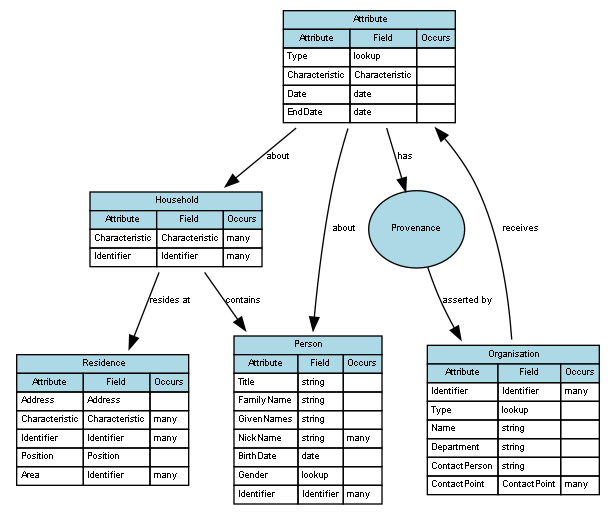
Before: graph_output/use_cases/Send Attribute Data to the Lead Organisation.gv.png, a diagram exported from Graphviz (PaulDav/ModelVisual). Its source is kept beside it as graph_output/use_cases/Send Attribute Data to the Lead Organisation.gv. Its diagram source:
```dot
digraph {
	graph [overlap=false splines=true]
	node [black=black color=black fillcolor=lightblue fontname=Arial fontsize=7]
	edge [fontname=Arial fontsize=7 labelfontname=Arial labelfontsize=7 len=3.0]
	Attribute [label=<<table border='0' cellborder='1' cellspacing='0'><tr><td colspan='3' bgcolor='lightblue'> Attribute</td></tr><tr><td bgcolor='lightblue'>Attribute</td><td bgcolor='lightblue'>Field</td><td bgcolor='lightblue'>Occurs</td></tr><tr><td align='left' balign='left' valign='top'>Type</td><td align='left' balign='left' valign='top'>lookup</td><td align='left' balign='left' valign='top'></td></tr><tr><td align='left' balign='left' valign='top'>Characteristic</td><td align='left' balign='left' valign='top'>Characteristic</td><td align='left' balign='left' valign='top'></td></tr><tr><td align='left' balign='left' valign='top'>Date</td><td align='left' balign='left' valign='top'>date</td><td align='left' balign='left' valign='top'></td></tr><tr><td align='left' balign='left' valign='top'>EndDate</td><td align='left' balign='left' valign='top'>date</td><td align='left' balign='left' valign='top'></td></tr></table>> URL="#Attribute" shape=plaintext]
	Household [label=<<table border='0' cellborder='1' cellspacing='0'><tr><td colspan='3' bgcolor='lightblue'> Household</td></tr><tr><td bgcolor='lightblue'>Attribute</td><td bgcolor='lightblue'>Field</td><td bgcolor='lightblue'>Occurs</td></tr><tr><td align='left' balign='left' valign='top'>Characteristic</td><td align='left' balign='left' valign='top'>Characteristic</td><td align='left' balign='left' valign='top'>many</td></tr><tr><td align='left' balign='left' valign='top'>Identifier</td><td align='left' balign='left' valign='top'>Identifier</td><td align='left' balign='left' valign='top'>many</td></tr></table>> URL="#Household" shape=plaintext]
	Organisation [label=<<table border='0' cellborder='1' cellspacing='0'><tr><td colspan='3' bgcolor='lightblue'> Organisation</td></tr><tr><td bgcolor='lightblue'>Attribute</td><td bgcolor='lightblue'>Field</td><td bgcolor='lightblue'>Occurs</td></tr><tr><td align='left' balign='left' valign='top'>Identifier</td><td align='left' balign='left' valign='top'>Identifier</td><td align='left' balign='left' valign='top'>many</td></tr><tr><td align='left' balign='left' valign='top'>Type</td><td align='left' balign='left' valign='top'>lookup</td><td align='left' balign='left' valign='top'></td></tr><tr><td align='left' balign='left' valign='top'>Name</td><td align='left' balign='left' valign='top'>string</td><td align='left' balign='left' valign='top'></td></tr><tr><td align='left' balign='left' valign='top'>Department</td><td align='left' balign='left' valign='top'>string</td><td align='left' balign='left' valign='top'></td></tr><tr><td align='left' balign='left' valign='top'>ContactPerson</td><td align='left' balign='left' valign='top'>string</td><td align='left' balign='left' valign='top'></td></tr><tr><td align='left' balign='left' valign='top'>ContactPoint</td><td align='left' balign='left' valign='top'>ContactPoint</td><td align='left' balign='left' valign='top'>many</td></tr></table>> URL="#Organisation" shape=plaintext]
	Person [label=<<table border='0' cellborder='1' cellspacing='0'><tr><td colspan='3' bgcolor='lightblue'> Person</td></tr><tr><td bgcolor='lightblue'>Attribute</td><td bgcolor='lightblue'>Field</td><td bgcolor='lightblue'>Occurs</td></tr><tr><td align='left' balign='left' valign='top'>Title</td><td align='left' balign='left' valign='top'>string</td><td align='left' balign='left' valign='top'></td></tr><tr><td align='left' balign='left' valign='top'>FamilyName</td><td align='left' balign='left' valign='top'>string</td><td align='left' balign='left' valign='top'></td></tr><tr><td align='left' balign='left' valign='top'>GivenNames</td><td align='left' balign='left' valign='top'>string</td><td align='left' balign='left' valign='top'></td></tr><tr><td align='left' balign='left' valign='top'>NickName</td><td align='left' balign='left' valign='top'>string</td><td align='left' balign='left' valign='top'>many</td></tr><tr><td align='left' balign='left' valign='top'>BirthDate</td><td align='left' balign='left' valign='top'>date</td><td align='left' balign='left' valign='top'></td></tr><tr><td align='left' balign='left' valign='top'>Gender</td><td align='left' balign='left' valign='top'>lookup</td><td align='left' balign='left' valign='top'></td></tr><tr><td align='left' balign='left' valign='top'>Identifier</td><td align='left' balign='left' valign='top'>Identifier</td><td align='left' balign='left' valign='top'>many</td></tr></table>> URL="#Person" shape=plaintext]
	Residence [label=<<table border='0' cellborder='1' cellspacing='0'><tr><td colspan='3' bgcolor='lightblue'> Residence</td></tr><tr><td bgcolor='lightblue'>Attribute</td><td bgcolor='lightblue'>Field</td><td bgcolor='lightblue'>Occurs</td></tr><tr><td align='left' balign='left' valign='top'>Address</td><td align='left' balign='left' valign='top'>Address</td><td align='left' balign='left' valign='top'></td></tr><tr><td align='left' balign='left' valign='top'>Characteristic</td><td align='left' balign='left' valign='top'>Characteristic</td><td align='left' balign='left' valign='top'>many</td></tr><tr><td align='left' balign='left' valign='top'>Identifier</td><td align='left' balign='left' valign='top'>Identifier</td><td align='left' balign='left' valign='top'>many</td></tr><tr><td align='left' balign='left' valign='top'>Position</td><td align='left' balign='left' valign='top'>Position</td><td align='left' balign='left' valign='top'></td></tr><tr><td align='left' balign='left' valign='top'>Area</td><td align='left' balign='left' valign='top'>Identifier</td><td align='left' balign='left' valign='top'>many</td></tr></table>> URL="#Residence" shape=plaintext]
	Attribute -> Person [label=about]
	Attribute -> Household [label=about]
	nodeProvenance [label=Provenance URL="#Provenance" fixedsize=true height=0.8 style=filled width=1.0]
	Attribute -> nodeProvenance [label=has]
	nodeProvenance -> Organisation [label="asserted by"]
	Household -> Residence [label="resides at"]
	Household -> Person [label=contains]
	Organisation -> Attribute [label=receives]
}
```
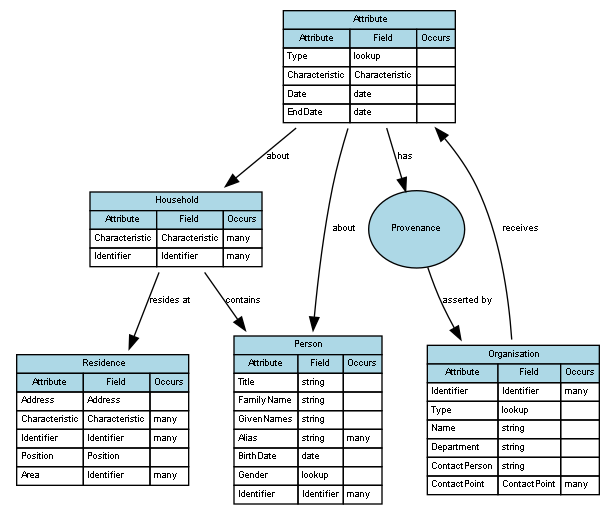
After the change.

What changed in the source:
```diff
@@ -5,7 +5,7 @@
 	Attribute [label=<<table border='0' cellborder='1' cellspacing='0'><tr><td colspan='3' bgcolor='lightblue'> Attribute</td></tr><tr><td bgcolor='lightblue'>Attribute</td><td bgcolor='lightblue'>Field</td><td bgcolor='lightblue'>Occurs</td></tr><tr><td align='left' balign='left' valign='top'>Type</td><td align='left' balign='left' valign='top'>lookup</td><td align='left' balign='left' valign='top'></td></tr><tr><td align='left' balign='left' valign='top'>Characteristic</td><td align='left' balign='left' valign='top'>Characteristic</td><td align='left' balign='left' valign='top'></td></tr><tr><td align='left' balign='left' valign='top'>Date</td><td align='left' balign='left' valign='top'>date</td><td align='left' balign='left' valign='top'></td></tr><tr><td align='left' balign='left' valign='top'>EndDate</td><td align='left' balign='left' valign='top'>date</td><td align='left' balign='left' valign='top'></td></tr></table>> URL="#Attribute" shape=plaintext]
 	Household [label=<<table border='0' cellborder='1' cellspacing='0'><tr><td colspan='3' bgcolor='lightblue'> Household</td></tr><tr><td bgcolor='lightblue'>Attribute</td><td bgcolor='lightblue'>Field</td><td bgcolor='lightblue'>Occurs</td></tr><tr><td align='left' balign='left' valign='top'>Characteristic</td><td align='left' balign='left' valign='top'>Characteristic</td><td align='left' balign='left' valign='top'>many</td></tr><tr><td align='left' balign='left' valign='top'>Identifier</td><td align='left' balign='left' valign='top'>Identifier</td><td align='left' balign='left' valign='top'>many</td></tr></table>> URL="#Household" shape=plaintext]
 	Organisation [label=<<table border='0' cellborder='1' cellspacing='0'><tr><td colspan='3' bgcolor='lightblue'> Organisation</td></tr><tr><td bgcolor='lightblue'>Attribute</td><td bgcolor='lightblue'>Field</td><td bgcolor='lightblue'>Occurs</td></tr><tr><td align='left' balign='left' valign='top'>Identifier</td><td align='left' balign='left' valign='top'>Identifier</td><td align='left' balign='left' valign='top'>many</td></tr><tr><td align='left' balign='left' valign='top'>Type</td><td align='left' balign='left' valign='top'>lookup</td><td align='left' balign='left' valign='top'></td></tr><tr><td align='left' balign='left' valign='top'>Name</td><td align='left' balign='left' valign='top'>string</td><td align='left' balign='left' valign='top'></td></tr><tr><td align='left' balign='left' valign='top'>Department</td><td align='left' balign='left' valign='top'>string</td><td align='left' balign='left' valign='top'></td></tr><tr><td align='left' balign='left' valign='top'>ContactPerson</td><td align='left' balign='left' valign='top'>string</td><td align='left' balign='left' valign='top'></td></tr><tr><td align='left' balign='left' valign='top'>ContactPoint</td><td align='left' balign='left' valign='top'>ContactPoint</td><td align='left' balign='left' valign='top'>many</td></tr></table>> URL="#Organisation" shape=plaintext]
-	Person [label=<<table border='0' cellborder='1' cellspacing='0'><tr><td colspan='3' bgcolor='lightblue'> Person</td></tr><tr><td bgcolor='lightblue'>Attribute</td><td bgcolor='lightblue'>Field</td><td bgcolor='lightblue'>Occurs</td></tr><tr><td align='left' balign='left' valign='top'>Title</td><td align='left' balign='left' valign='top'>string</td><td align='left' balign='left' valign='top'></td></tr><tr><td align='left' balign='left' valign='top'>FamilyName</td><td align='left' balign='left' valign='top'>string</td><td align='left' balign='left' valign='top'></td></tr><tr><td align='left' balign='left' valign='top'>GivenNames</td><td align='left' balign='left' valign='top'>string</td><td align='left' balign='left' valign='top'></td></tr><tr><td align='left' balign='left' valign='top'>NickName</td><td align='left' balign='left' valign='top'>string</td><td align='left' balign='left' valign='top'>many</td></tr><tr><td align='left' balign='left' valign='top'>BirthDate</td><td align='left' balign='left' valign='top'>date</td><td align='left' balign='left' valign='top'></td></tr><tr><td align='left' balign='left' valign='top'>Gender</td><td align='left' balign='left' valign='top'>lookup</td><td align='left' balign='left' valign='top'></td></tr><tr><td align='left' balign='left' valign='top'>Identifier</td><td align='left' balign='left' valign='top'>Identifier</td><td align='left' balign='left' valign='top'>many</td></tr></table>> URL="#Person" shape=plaintext]
+	Person [label=<<table border='0' cellborder='1' cellspacing='0'><tr><td colspan='3' bgcolor='lightblue'> Person</td></tr><tr><td bgcolor='lightblue'>Attribute</td><td bgcolor='lightblue'>Field</td><td bgcolor='lightblue'>Occurs</td></tr><tr><td align='left' balign='left' valign='top'>Title</td><td align='left' balign='left' valign='top'>string</td><td align='left' balign='left' valign='top'></td></tr><tr><td align='left' balign='left' valign='top'>FamilyName</td><td align='left' balign='left' valign='top'>string</td><td align='left' balign='left' valign='top'></td></tr><tr><td align='left' balign='left' valign='top'>GivenNames</td><td align='left' balign='left' valign='top'>string</td><td align='left' balign='left' valign='top'></td></tr><tr><td align='left' balign='left' valign='top'>Alias</td><td align='left' balign='left' valign='top'>string</td><td align='left' balign='left' valign='top'>many</td></tr><tr><td align='left' balign='left' valign='top'>BirthDate</td><td align='left' balign='left' valign='top'>date</td><td align='left' balign='left' valign='top'></td></tr><tr><td align='left' balign='left' valign='top'>Gender</td><td align='left' balign='left' valign='top'>lookup</td><td align='left' balign='left' valign='top'></td></tr><tr><td align='left' balign='left' valign='top'>Identifier</td><td align='left' balign='left' valign='top'>Identifier</td><td align='left' balign='left' valign='top'>many</td></tr></table>> URL="#Person" shape=plaintext]
 	Residence [label=<<table border='0' cellborder='1' cellspacing='0'><tr><td colspan='3' bgcolor='lightblue'> Residence</td></tr><tr><td bgcolor='lightblue'>Attribute</td><td bgcolor='lightblue'>Field</td><td bgcolor='lightblue'>Occurs</td></tr><tr><td align='left' balign='left' valign='top'>Address</td><td align='left' balign='left' valign='top'>Address</td><td align='left' balign='left' valign='top'></td></tr><tr><td align='left' balign='left' valign='top'>Characteristic</td><td align='left' balign='left' valign='top'>Characteristic</td><td align='left' balign='left' valign='top'>many</td></tr><tr><td align='left' balign='left' valign='top'>Identifier</td><td align='left' balign='left' valign='top'>Identifier</td><td align='left' balign='left' valign='top'>many</td></tr><tr><td align='left' balign='left' valign='top'>Position</td><td align='left' balign='left' valign='top'>Position</td><td align='left' balign='left' valign='top'></td></tr><tr><td align='left' balign='left' valign='top'>Area</td><td align='left' balign='left' valign='top'>Identifier</td><td align='left' balign='left' valign='top'>many</td></tr></table>> URL="#Residence" shape=plaintext]
 	Attribute -> Person [label=about]
 	Attribute -> Household [label=about]
```
